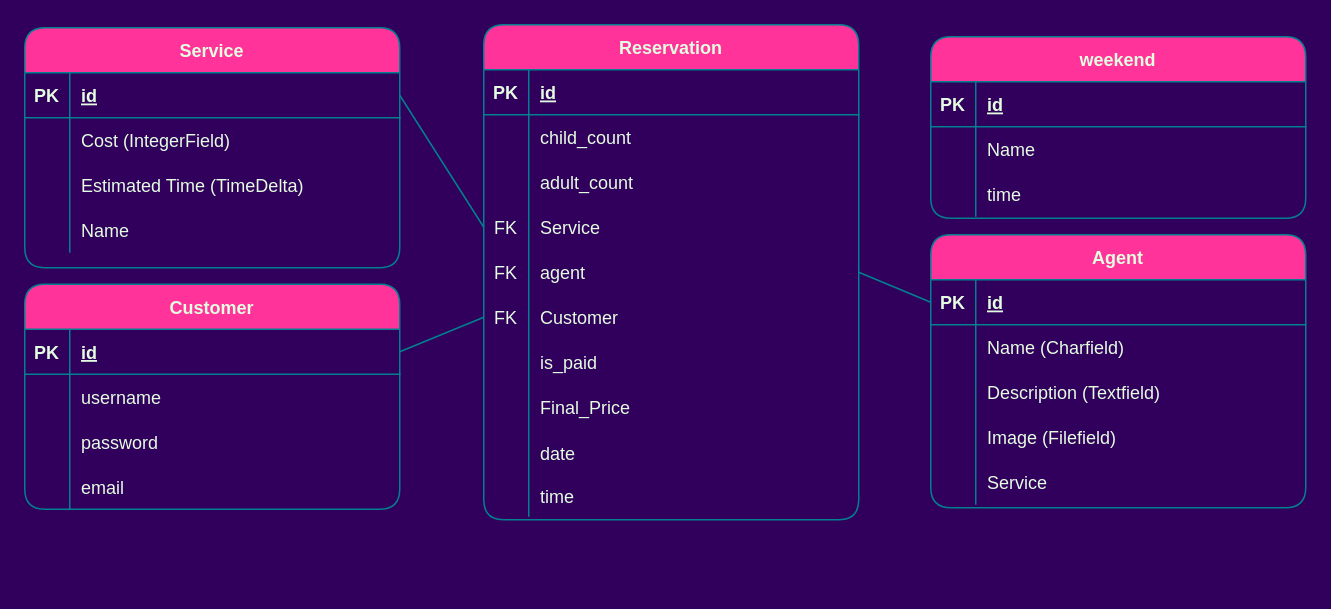
AlirezaDelkhahi/Salon keeps this draw.io diagram as Untitled Diagram.drawio. Above is the earlier version. Source tidied: cells renumbered, new cells numbered last; positions are measured from the earlier drawing's top-left corner, leaving out a move shared by most shapes. Both pictures are drawn from the tidied source at 150%, with x=0, y=0 at pixel (24, 24).
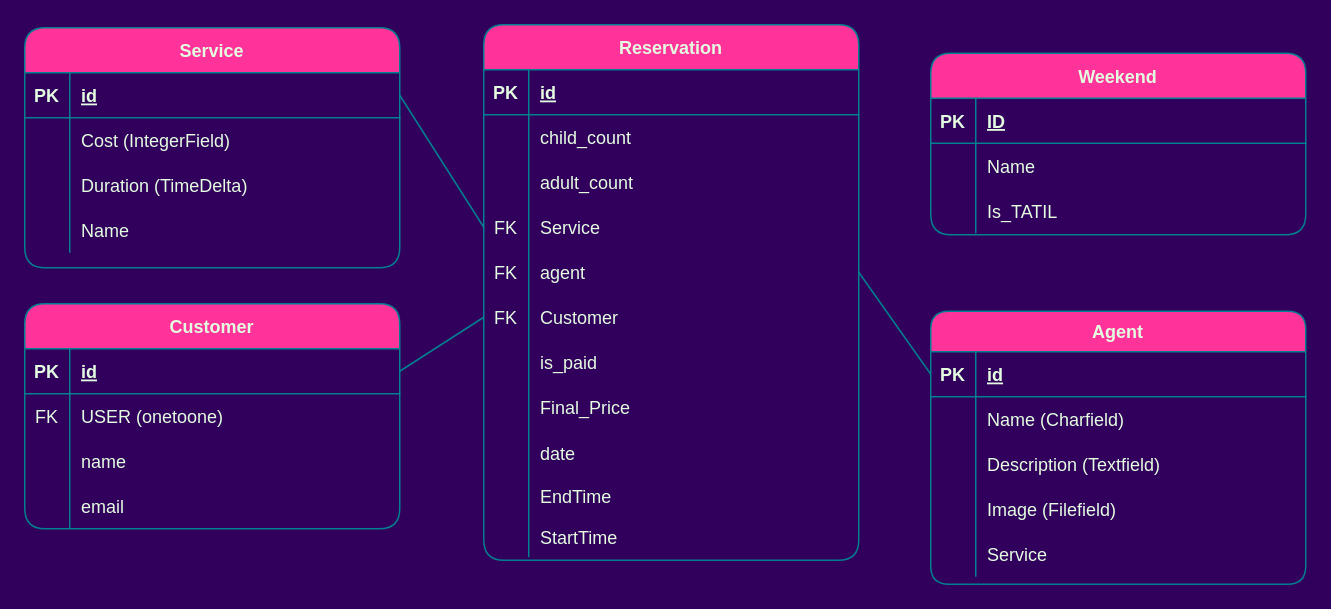
Above is the later version.

The change refers to these unchanged cells:
```xml
<mxCell id="9" style="shape=partialRectangle;fillColor=none;top=0;left=0;right=0;bottom=0;strokeColor=#028090;fontColor=#E4FDE1;rounded=1;" parent="2" vertex="1">
  <mxGeometry y="90" width="250" height="30" as="geometry" />
</mxCell>
<mxCell id="32" style="shape=partialRectangle;fillColor=none;points=[[0,0.5],[1,0.5]];portConstraint=eastwest;top=0;left=0;right=0;bottom=1;strokeColor=#028090;fontColor=#E4FDE1;rounded=1;" parent="31" vertex="1">
  <mxGeometry y="30" width="250" height="30" as="geometry" />
</mxCell>
<mxCell id="35" style="shape=partialRectangle;fillColor=none;top=0;left=0;right=0;bottom=0;strokeColor=#028090;fontColor=#E4FDE1;rounded=1;" parent="31" vertex="1">
  <mxGeometry y="60" width="250" height="30" as="geometry" />
</mxCell>
<mxCell id="45" style="shape=partialRectangle;fillColor=none;top=0;left=0;right=0;bottom=1;strokeColor=#028090;fontColor=#E4FDE1;rounded=1;" parent="44" vertex="1">
  <mxGeometry y="30" width="250" height="30" as="geometry" />
</mxCell>
<mxCell id="48" style="shape=partialRectangle;fillColor=none;top=0;left=0;right=0;bottom=0;strokeColor=#028090;fontColor=#E4FDE1;rounded=1;" parent="44" vertex="1">
  <mxGeometry y="60" width="250" height="30" as="geometry" />
</mxCell>
<mxCell id="70" style="shape=partialRectangle;fillColor=none;points=[[0,0.5],[1,0.5]];portConstraint=eastwest;top=0;left=0;right=0;bottom=0;strokeColor=#028090;fontColor=#E4FDE1;rounded=1;" parent="54" vertex="1">
  <mxGeometry y="180" width="250" height="30" as="geometry" />
</mxCell>
<mxCell id="82" style="shape=partialRectangle;fillColor=none;top=0;left=0;right=0;bottom=0;strokeColor=#028090;fontColor=#E4FDE1;rounded=1;" parent="54" vertex="1">
  <mxGeometry y="301" width="250" height="27" as="geometry" />
</mxCell>
```

Change to the diagram source:
```diff
@@
-    <mxCell id="11" value="Estimated Time (TimeDelta)" style="shape=partialRectangle;overflow=hidden;fillColor=none;top=0;left=0;bottom=0;right=0;align=left;spacingLeft=6;strokeColor=#028090;fontColor=#E4FDE1;rounded=1;" parent="9" vertex="1">
+    <mxCell id="11" value="Duration (TimeDelta)" style="shape=partialRectangle;overflow=hidden;fillColor=none;top=0;left=0;bottom=0;right=0;align=left;spacingLeft=6;strokeColor=#028090;fontColor=#E4FDE1;rounded=1;" parent="9" vertex="1">
       <mxGeometry x="30" width="220" height="30" as="geometry" />
     </mxCell>
@@
-    <mxCell id="15" value="Agent" style="shape=table;startSize=30;childLayout=tableLayout;rowLines=0;fontStyle=1;align=center;fillColor=#FF3399;strokeColor=#028090;fontColor=#E4FDE1;rounded=1;" parent="1" vertex="1">
-      <mxGeometry x="604" y="140" width="250" height="182" as="geometry" />
+    <mxCell id="15" value="Agent" style="shape=table;startSize=27;childLayout=tableLayout;rowLines=0;fontStyle=1;align=center;fillColor=#FF3399;strokeColor=#028090;fontColor=#E4FDE1;rounded=1;" parent="1" vertex="1">
+      <mxGeometry x="604" y="191" width="250" height="182" as="geometry" />
     </mxCell>
     <mxCell id="16" style="shape=partialRectangle;fillColor=none;points=[[0,0.5],[1,0.5]];portConstraint=eastwest;top=0;left=0;right=0;bottom=1;strokeColor=#028090;fontColor=#E4FDE1;rounded=1;" parent="15" vertex="1">
-      <mxGeometry y="30" width="250" height="30" as="geometry" />
+      <mxGeometry y="27" width="250" height="30" as="geometry" />
     </mxCell>
@@
     <mxCell id="19" style="shape=partialRectangle;fillColor=none;top=0;left=0;right=0;bottom=0;strokeColor=#028090;fontColor=#E4FDE1;rounded=1;" parent="15" vertex="1">
-      <mxGeometry y="60" width="250" height="30" as="geometry" />
+      <mxGeometry y="57" width="250" height="30" as="geometry" />
     </mxCell>
@@
     <mxCell id="22" style="shape=partialRectangle;fillColor=none;top=0;left=0;right=0;bottom=0;strokeColor=#028090;fontColor=#E4FDE1;rounded=1;" parent="15" vertex="1">
-      <mxGeometry y="90" width="250" height="30" as="geometry" />
+      <mxGeometry y="87" width="250" height="30" as="geometry" />
     </mxCell>
@@
     <mxCell id="25" style="shape=partialRectangle;fillColor=none;top=0;left=0;right=0;bottom=0;strokeColor=#028090;fontColor=#E4FDE1;rounded=1;" parent="15" vertex="1">
-      <mxGeometry y="120" width="250" height="30" as="geometry" />
+      <mxGeometry y="117" width="250" height="30" as="geometry" />
     </mxCell>
@@
     <mxCell id="28" style="shape=partialRectangle;fillColor=none;top=0;left=0;right=0;bottom=0;strokeColor=#028090;fontColor=#E4FDE1;rounded=1;" parent="15" vertex="1">
-      <mxGeometry y="150" width="250" height="30" as="geometry" />
+      <mxGeometry y="147" width="250" height="30" as="geometry" />
     </mxCell>
@@
     <mxCell id="31" value="Customer" style="shape=table;startSize=30;childLayout=tableLayout;rowLines=0;fontStyle=1;align=center;fillColor=#FF3399;strokeColor=#028090;fontColor=#E4FDE1;rounded=1;" parent="1" vertex="1">
-      <mxGeometry y="173" width="250" height="150" as="geometry" />
+      <mxGeometry y="186" width="250" height="150" as="geometry" />
     </mxCell>
@@
-    <mxCell id="36" style="shape=partialRectangle;overflow=hidden;fillColor=none;top=0;left=0;bottom=0;right=0;strokeColor=#028090;fontColor=#E4FDE1;rounded=1;" parent="35" vertex="1">
+    <mxCell id="36" value="FK" style="shape=partialRectangle;overflow=hidden;fillColor=none;top=0;left=0;bottom=0;right=0;strokeColor=#028090;fontColor=#E4FDE1;rounded=1;" parent="35" vertex="1">
       <mxGeometry width="30" height="30" as="geometry" />
     </mxCell>
-    <mxCell id="37" value="username" style="shape=partialRectangle;overflow=hidden;fillColor=none;top=0;left=0;bottom=0;right=0;align=left;spacingLeft=6;strokeColor=#028090;fontColor=#E4FDE1;rounded=1;" parent="35" vertex="1">
+    <mxCell id="37" value="USER (onetoone)" style="shape=partialRectangle;overflow=hidden;fillColor=none;top=0;left=0;bottom=0;right=0;align=left;spacingLeft=6;strokeColor=#028090;fontColor=#E4FDE1;rounded=1;" parent="35" vertex="1">
       <mxGeometry x="30" width="220" height="30" as="geometry" />
     </mxCell>
-    <mxCell id="38" style="shape=partialRectangle;fillColor=none;top=0;left=0;right=0;bottom=0;strokeColor=#028090;fontColor=#E4FDE1;rounded=1;" parent="31" vertex="1">
-      <mxGeometry y="90" width="250" height="30" as="geometry" />
-    </mxCell>
-    <mxCell id="39" style="shape=partialRectangle;overflow=hidden;fillColor=none;top=0;left=0;bottom=0;right=0;strokeColor=#028090;fontColor=#E4FDE1;rounded=1;" parent="38" vertex="1">
-      <mxGeometry width="30" height="30" as="geometry" />
-    </mxCell>
-    <mxCell id="40" value="password" style="shape=partialRectangle;overflow=hidden;fillColor=none;top=0;left=0;bottom=0;right=0;align=left;spacingLeft=6;strokeColor=#028090;fontColor=#E4FDE1;rounded=1;" parent="38" vertex="1">
-      <mxGeometry x="30" width="220" height="30" as="geometry" />
-    </mxCell>
+    <mxCell id="88" style="shape=partialRectangle;fillColor=none;top=0;left=0;right=0;bottom=0;strokeColor=#028090;fontColor=#E4FDE1;rounded=1;" parent="31" vertex="1">
+      <mxGeometry y="90" width="250" height="30" as="geometry" />
+    </mxCell>
+    <mxCell id="89" style="shape=partialRectangle;overflow=hidden;fillColor=none;top=0;left=0;bottom=0;right=0;strokeColor=#028090;fontColor=#E4FDE1;rounded=1;" parent="88" vertex="1">
+      <mxGeometry width="30" height="30" as="geometry" />
+    </mxCell>
+    <mxCell id="90" value="name" style="shape=partialRectangle;overflow=hidden;fillColor=none;top=0;left=0;bottom=0;right=0;align=left;spacingLeft=6;strokeColor=#028090;fontColor=#E4FDE1;rounded=1;" parent="88" vertex="1">
+      <mxGeometry x="30" width="220" height="30" as="geometry" />
+    </mxCell>
@@
-    <mxCell id="44" value="weekend" style="shape=table;startSize=30;childLayout=tableLayout;rowLines=0;fontStyle=1;align=center;fillColor=#FF3399;strokeColor=#028090;fontColor=#E4FDE1;rounded=1;" parent="1" vertex="1">
-      <mxGeometry x="604" y="8" width="250" height="121" as="geometry" />
+    <mxCell id="44" value="Weekend" style="shape=table;startSize=30;childLayout=tableLayout;rowLines=0;fontStyle=1;align=center;fillColor=#FF3399;strokeColor=#028090;fontColor=#E4FDE1;rounded=1;" parent="1" vertex="1">
+      <mxGeometry x="604" y="19" width="250" height="121" as="geometry" />
     </mxCell>
@@
-    <mxCell id="47" value="id" style="shape=partialRectangle;overflow=hidden;fillColor=none;top=0;left=0;bottom=0;right=0;align=left;spacingLeft=6;fontStyle=5;strokeColor=#028090;fontColor=#E4FDE1;rounded=1;" parent="45" vertex="1">
+    <mxCell id="47" value="ID" style="shape=partialRectangle;overflow=hidden;fillColor=none;top=0;left=0;bottom=0;right=0;align=left;spacingLeft=6;fontStyle=5;strokeColor=#028090;fontColor=#E4FDE1;rounded=1;" parent="45" vertex="1">
       <mxGeometry x="30" width="220" height="30" as="geometry" />
     </mxCell>
@@
-    <mxCell id="49" style="shape=partialRectangle;overflow=hidden;fillColor=none;top=0;left=0;bottom=0;right=0;strokeColor=#028090;fontColor=#E4FDE1;rounded=1;" parent="48" vertex="1">
+    <mxCell id="49" style="shape=partialRectangle;overflow=hidden;fillColor=none;top=0;left=0;bottom=0;right=0;strokeColor=#028090;fontColor=#E4FDE1;rounded=1;fontStyle=1;" parent="48" vertex="1">
       <mxGeometry width="30" height="30" as="geometry" />
     </mxCell>
@@
-    <mxCell id="51" style="shape=partialRectangle;fillColor=none;top=0;left=0;right=0;bottom=0;strokeColor=#028090;fontColor=#E4FDE1;rounded=1;" parent="44" vertex="1">
-      <mxGeometry y="90" width="250" height="30" as="geometry" />
-    </mxCell>
-    <mxCell id="52" style="shape=partialRectangle;overflow=hidden;fillColor=none;top=0;left=0;bottom=0;right=0;strokeColor=#028090;fontColor=#E4FDE1;rounded=1;" parent="51" vertex="1">
-      <mxGeometry width="30" height="30" as="geometry" />
-    </mxCell>
-    <mxCell id="53" value="time" style="shape=partialRectangle;overflow=hidden;fillColor=none;top=0;left=0;bottom=0;right=0;align=left;spacingLeft=6;strokeColor=#028090;fontColor=#E4FDE1;rounded=1;" parent="51" vertex="1">
-      <mxGeometry x="30" width="220" height="30" as="geometry" />
-    </mxCell>
+    <mxCell id="91" style="shape=partialRectangle;fillColor=none;top=0;left=0;right=0;bottom=0;strokeColor=#028090;fontColor=#E4FDE1;rounded=1;" parent="44" vertex="1">
+      <mxGeometry y="90" width="250" height="30" as="geometry" />
+    </mxCell>
+    <mxCell id="92" style="shape=partialRectangle;overflow=hidden;fillColor=none;top=0;left=0;bottom=0;right=0;strokeColor=#028090;fontColor=#E4FDE1;rounded=1;" parent="91" vertex="1">
+      <mxGeometry width="30" height="30" as="geometry" />
+    </mxCell>
+    <mxCell id="93" value="Is_TATIL" style="shape=partialRectangle;overflow=hidden;fillColor=none;top=0;left=0;bottom=0;right=0;align=left;spacingLeft=6;strokeColor=#028090;fontColor=#E4FDE1;rounded=1;" parent="91" vertex="1">
+      <mxGeometry x="30" width="220" height="30" as="geometry" />
+    </mxCell>
     <mxCell id="54" value="Reservation" style="shape=table;startSize=30;childLayout=tableLayout;rowLines=0;fontStyle=1;align=center;fillColor=#FF3399;strokeColor=#028090;fontColor=#E4FDE1;rounded=1;" parent="1" vertex="1">
-      <mxGeometry x="306" width="250" height="330" as="geometry" />
+      <mxGeometry x="306" width="250" height="357" as="geometry" />
     </mxCell>
@@
-    <mxCell id="84" value="time" style="shape=partialRectangle;overflow=hidden;fillColor=none;top=0;left=0;bottom=0;right=0;align=left;spacingLeft=6;strokeColor=#028090;fontColor=#E4FDE1;rounded=1;" parent="82" vertex="1">
+    <mxCell id="84" value="EndTime" style="shape=partialRectangle;overflow=hidden;fillColor=none;top=0;left=0;bottom=0;right=0;align=left;spacingLeft=6;strokeColor=#028090;fontColor=#E4FDE1;rounded=1;" parent="82" vertex="1">
       <mxGeometry x="30" width="220" height="27" as="geometry" />
     </mxCell>
-    <mxCell id="85" style="endArrow=none;html=1;rounded=1;fontColor=#E4FDE1;strokeColor=#028090;fillColor=#F45B69;exitX=1;exitY=0.5;exitDx=0;exitDy=0;entryX=0;entryY=0.5;entryDx=0;entryDy=0;" parent="1" edge="1" source="32" target="70">
-      <mxGeometry relative="1" as="geometry" />
-    </mxCell>
+    <mxCell id="94" style="shape=partialRectangle;fillColor=none;top=0;left=0;right=0;bottom=0;strokeColor=#028090;fontColor=#E4FDE1;rounded=1;" parent="54" vertex="1">
+      <mxGeometry y="328" width="250" height="27" as="geometry" />
+    </mxCell>
+    <mxCell id="95" style="shape=partialRectangle;overflow=hidden;fillColor=none;top=0;left=0;bottom=0;right=0;strokeColor=#028090;fontColor=#E4FDE1;rounded=1;" parent="94" vertex="1">
+      <mxGeometry width="30" height="27" as="geometry" />
+    </mxCell>
+    <mxCell id="96" value="StartTime" style="shape=partialRectangle;overflow=hidden;fillColor=none;top=0;left=0;bottom=0;right=0;align=left;spacingLeft=6;strokeColor=#028090;fontColor=#E4FDE1;rounded=1;" parent="94" vertex="1">
+      <mxGeometry x="30" width="220" height="27" as="geometry" />
+    </mxCell>
@@
+    <mxCell id="85" style="endArrow=none;html=1;rounded=1;fontColor=#E4FDE1;strokeColor=#028090;fillColor=#F45B69;entryX=0;entryY=0.5;entryDx=0;entryDy=0;exitX=1;exitY=0.5;exitDx=0;exitDy=0;" parent="1" edge="1" source="32" target="70">
+      <mxGeometry relative="1" as="geometry" />
+    </mxCell>
```
